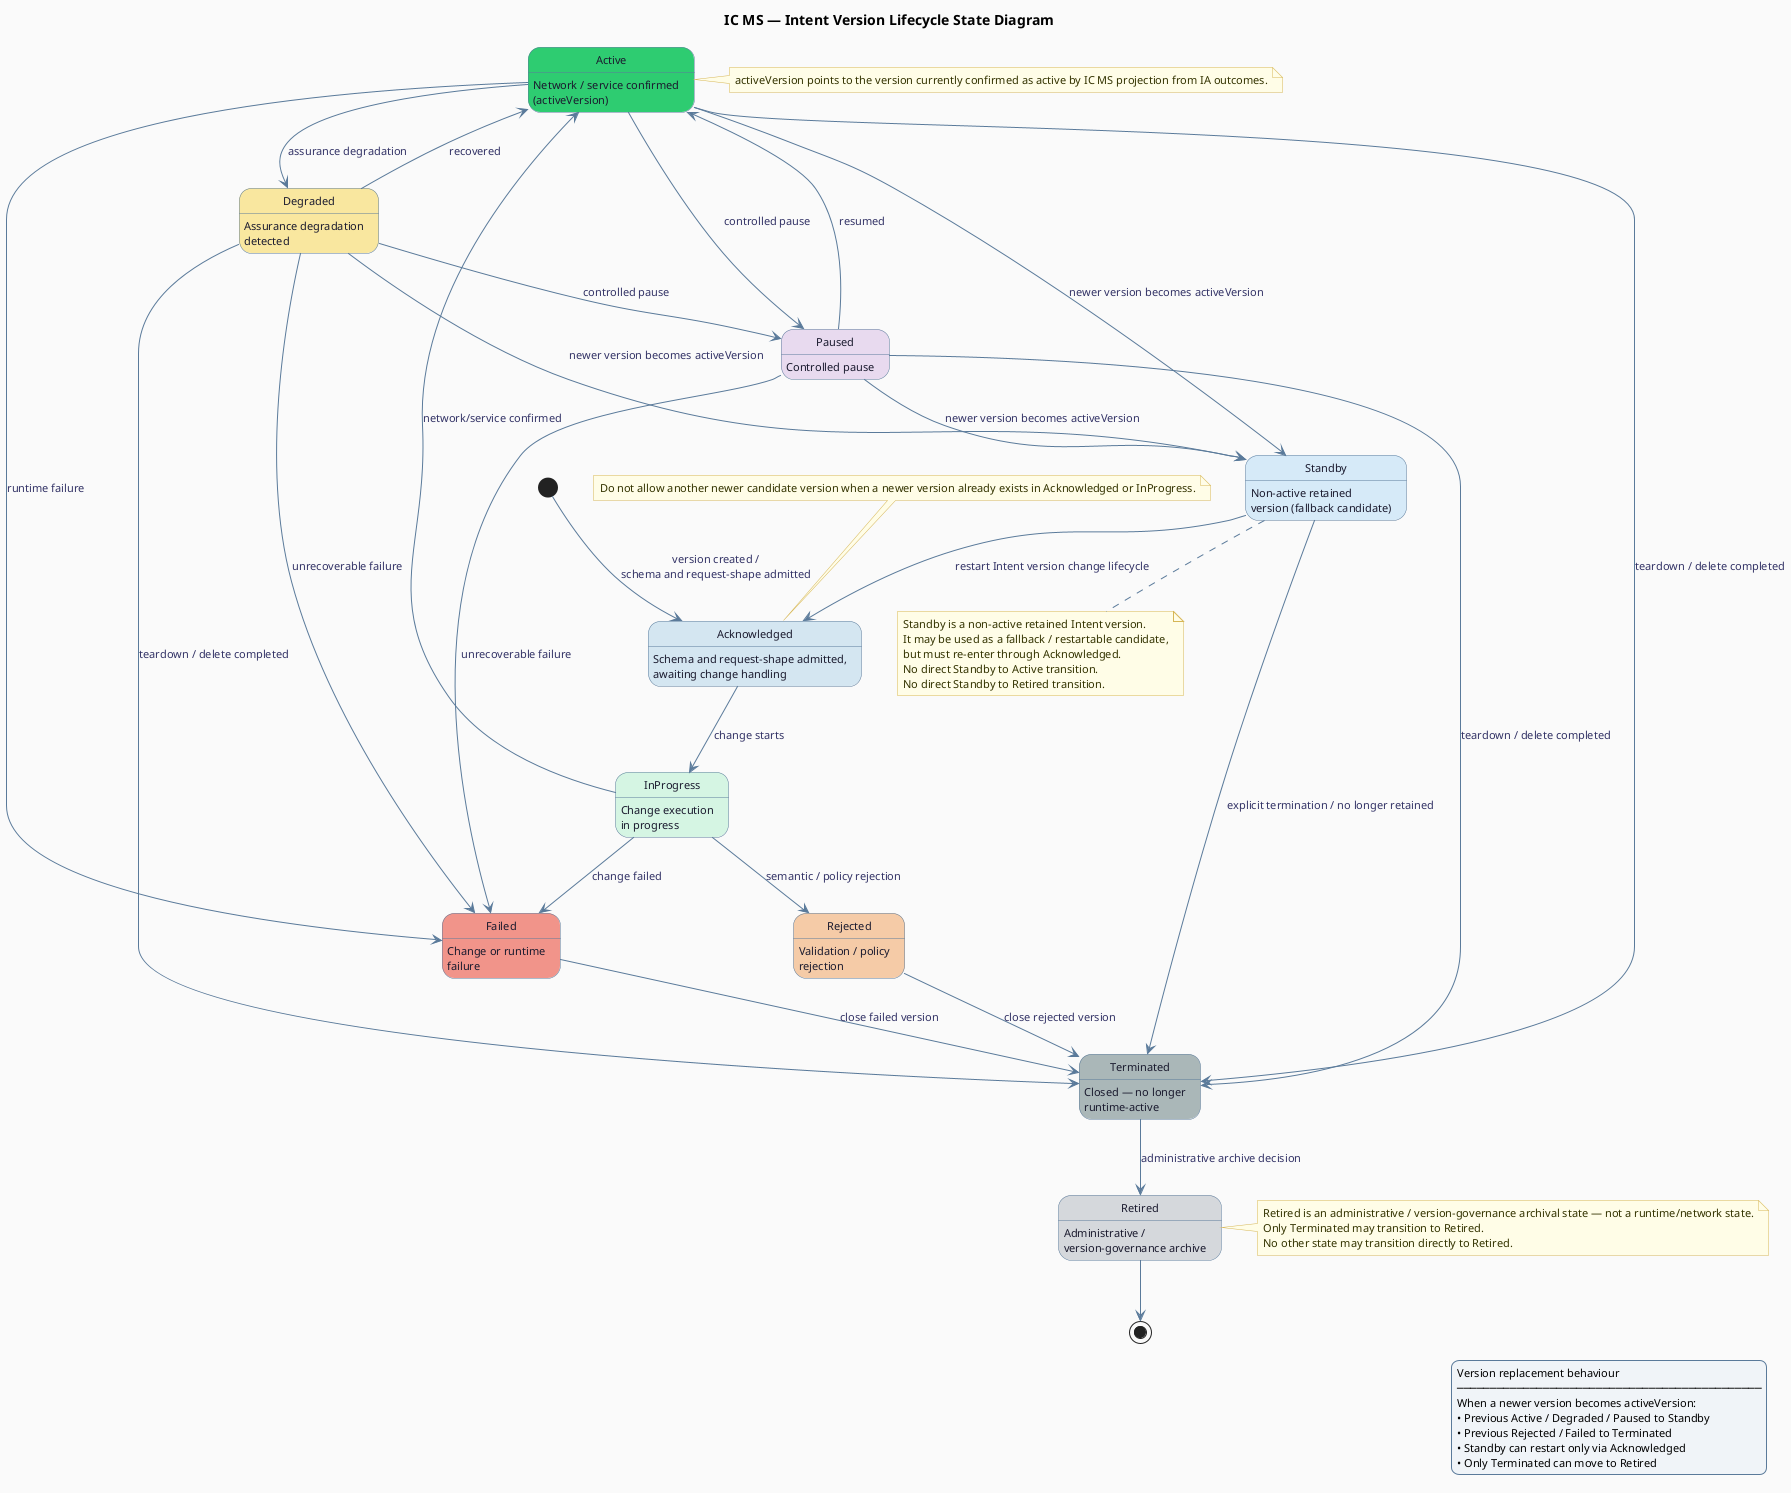
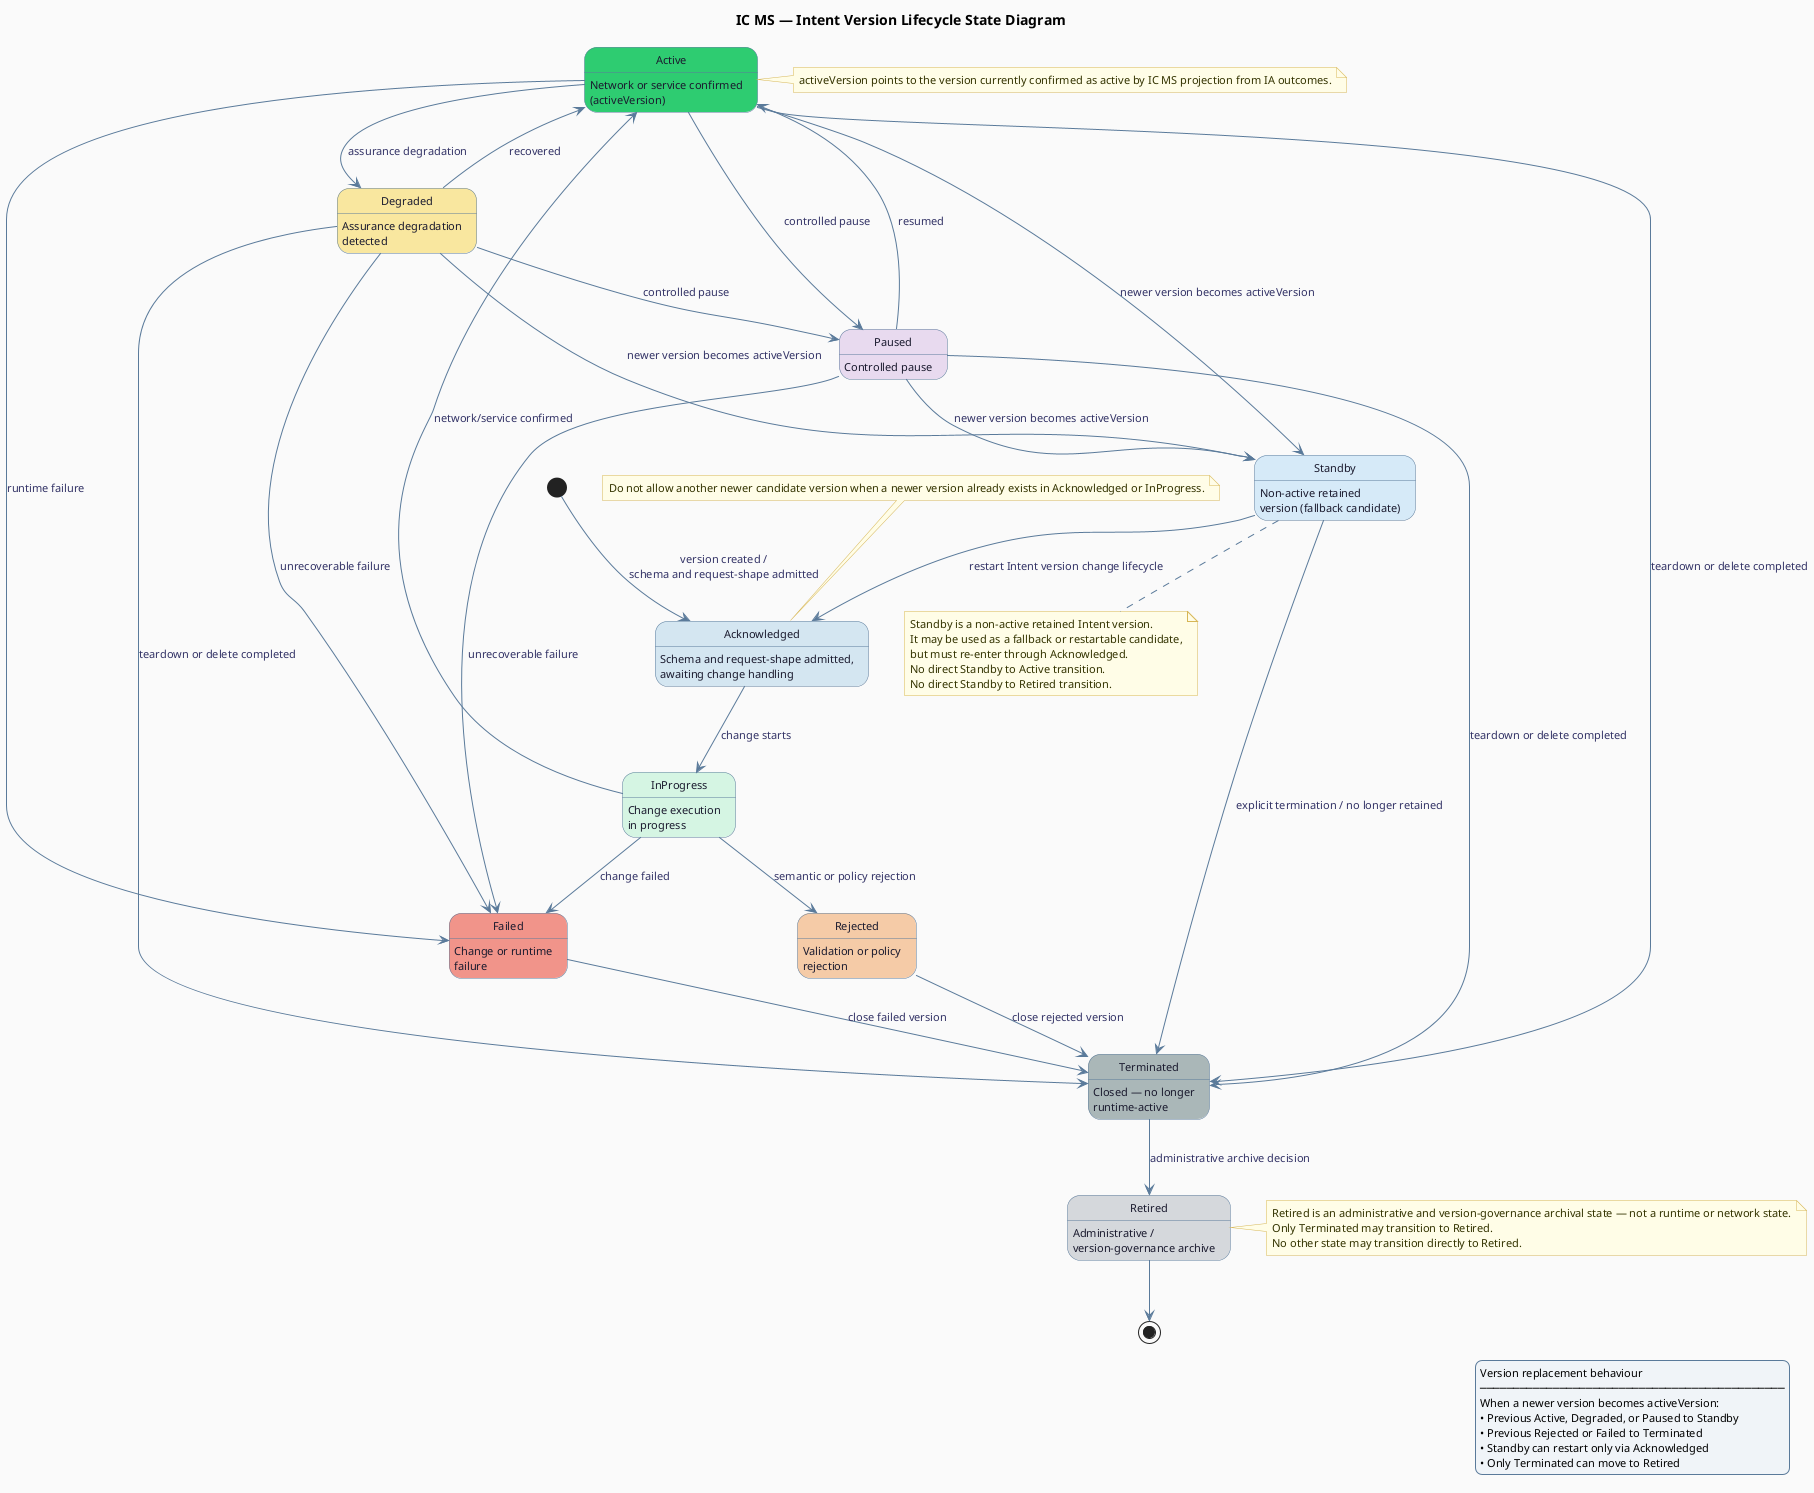
@startuml
' IC MS Intent Version Lifecycle State Diagram
hide empty description

skinparam shadowing false
skinparam backgroundColor #FAFAFA
skinparam state {
  BackgroundColor #FFFFFF
  BorderColor #5a7a9a
  FontSize 12
  FontColor #1a1a2e
  ArrowColor #5a7a9a
  ArrowFontSize 11
  ArrowFontColor #333366
  AttributeFontSize 11
}
skinparam note {
  BackgroundColor #fffde7
  BorderColor #d6b656
  FontSize 11
  FontColor #333300
}
skinparam legend {
  BackgroundColor #f0f4f8
  BorderColor #5a7a9a
  FontSize 11
}

title IC MS — Intent Version Lifecycle State Diagram

' ── Entry ──────────────────────────────────────────────────────────────────
[*] --> Acknowledged : version created /\nschema and request-shape admitted

' ── States ────────────────────────────────────────────────────────────────
state Acknowledged #d4e6f1 : Schema and request-shape admitted,\nawaiting change handling
state InProgress #d5f5e3 : Change execution\nin progress
- state Active #2ecc71 : Network / service confirmed\n(activeVersion)
+ state Active #2ecc71 : Network or service confirmed\n(activeVersion)
state Degraded #f9e79f : Assurance degradation\ndetected
state Paused #e8daef : Controlled pause
state Standby #d6eaf8 : Non-active retained\nversion (fallback candidate)
- state Rejected #f5cba7 : Validation / policy\nrejection
+ state Rejected #f5cba7 : Validation or policy\nrejection
state Failed #f1948a : Change or runtime\nfailure
state Terminated #aab7b8 : Closed — no longer\nruntime-active
state Retired #d5d8dc : Administrative /\nversion-governance archive

' ── Primary version change lifecycle ───────────────────────────────────────
Acknowledged --> InProgress : change starts
InProgress --> Active : network/service confirmed
InProgress --> Failed : change failed
- InProgress --> Rejected : semantic / policy rejection
+ InProgress --> Rejected : semantic or policy rejection

' ── Operational runtime lifecycle ──────────────────────────────────────────
Active --> Degraded : assurance degradation
Active --> Paused : controlled pause
Active --> Failed : runtime failure
- Active --> Terminated : teardown / delete completed
+ Active --> Terminated : teardown or delete completed
Active --> Standby : newer version becomes activeVersion

Degraded --> Active : recovered
Degraded --> Paused : controlled pause
Degraded --> Failed : unrecoverable failure
- Degraded --> Terminated : teardown / delete completed
+ Degraded --> Terminated : teardown or delete completed
Degraded --> Standby : newer version becomes activeVersion

Paused --> Active : resumed
Paused --> Failed : unrecoverable failure
- Paused --> Terminated : teardown / delete completed
+ Paused --> Terminated : teardown or delete completed
Paused --> Standby : newer version becomes activeVersion

' ── Closure and governance lifecycle ───────────────────────────────────────
Rejected --> Terminated : close rejected version
Failed --> Terminated : close failed version
Standby --> Acknowledged : restart Intent version change lifecycle
Standby --> Terminated : explicit termination / no longer retained
Terminated --> Retired : administrative archive decision
Retired --> [*]

' ── Notes ─────────────────────────────────────────────────────────────────
note top of Acknowledged
Do not allow another newer candidate version when a newer version already exists in Acknowledged or InProgress.
end note

note right of Active
activeVersion points to the version currently confirmed as active by IC MS projection from IA outcomes.
end note

note bottom of Standby
Standby is a non-active retained Intent version.
- It may be used as a fallback / restartable candidate,
+ It may be used as a fallback or restartable candidate,
but must re-enter through Acknowledged.
No direct Standby to Active transition.
No direct Standby to Retired transition.
end note

note right of Retired
- Retired is an administrative / version-governance archival state — not a runtime/network state.
+ Retired is an administrative and version-governance archival state — not a runtime or network state.
Only Terminated may transition to Retired.
No other state may transition directly to Retired.
end note

legend right
Version replacement behaviour
──────────────────────────────────────────────
When a newer version becomes activeVersion:
- • Previous Active / Degraded / Paused to Standby
- • Previous Rejected / Failed to Terminated
+ • Previous Active, Degraded, or Paused to Standby
+ • Previous Rejected or Failed to Terminated
• Standby can restart only via Acknowledged
• Only Terminated can move to Retired
endlegend

@enduml
